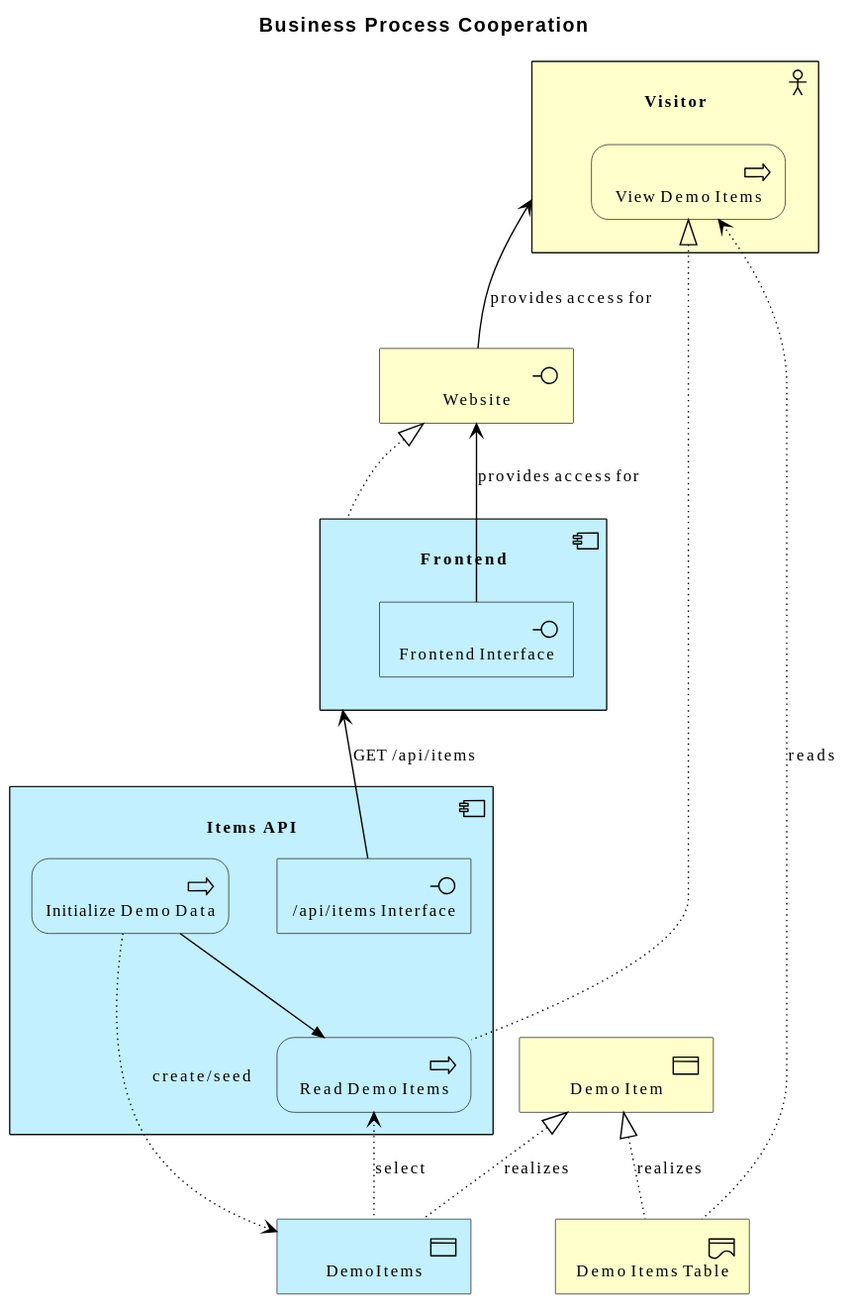
The PlantUML diagram diagrams/business/process-cooperation.svg in wolffy-au/frictionless-sample-azure, before a commit. Source of this version:
```plantuml
@startuml
!include <archimate/Archimate>

scale max 3800 width
title Business Process Cooperation

Application_Component(e_idb9118a54ded651, "Items API") {
  Application_Interface(e_id27cc7f94392754, "/api/items Interface")
  Application_Process(e_id9e4601a2031c58, "Initialize Demo Data")
  Application_Process(e_idf9a91550500455, "Read Demo Items")
}
Application_Component(e_id859316e8097157, "Frontend") {
  Application_Interface(e_idd8a8c6ca248e52, "Frontend Interface")
}
Application_DataObject(e_id032efff5924e5e, "DemoItems")
Business_Actor(e_id40e6f8deb4f45c, "Visitor") {
  Business_Process(e_ida6f500d9395851, "View Demo Items")
}
Business_Interface(e_id66a63993dfde51, "Website")
Business_Object(e_id32456a57134d5f, "Demo Item")
Business_Representation(e_idbd4055139c8656, "Demo Items Table")

Rel_Serving_Up(e_id27cc7f94392754, e_id859316e8097157, "GET /api/items")
Rel_Triggering(e_id9e4601a2031c58, e_idf9a91550500455, "")
Rel_Access_w(e_id9e4601a2031c58, e_id032efff5924e5e, "create/seed")
Rel_Access_r(e_idf9a91550500455, e_id032efff5924e5e, "select")
Rel_Serving_Up(e_id66a63993dfde51, e_id40e6f8deb4f45c, "provides access for")
Rel_Realization_Up(e_id859316e8097157, e_id66a63993dfde51, "")
Rel_Realization_Up(e_idf9a91550500455, e_ida6f500d9395851, "")
Rel_Serving_Up(e_idd8a8c6ca248e52, e_id66a63993dfde51, "provides access for")
Rel_Realization_Up(e_id032efff5924e5e, e_id32456a57134d5f, "realizes")
Rel_Realization_Up(e_idbd4055139c8656, e_id32456a57134d5f, "realizes")
Rel_Access_r(e_ida6f500d9395851, e_idbd4055139c8656, "reads")
@enduml
```
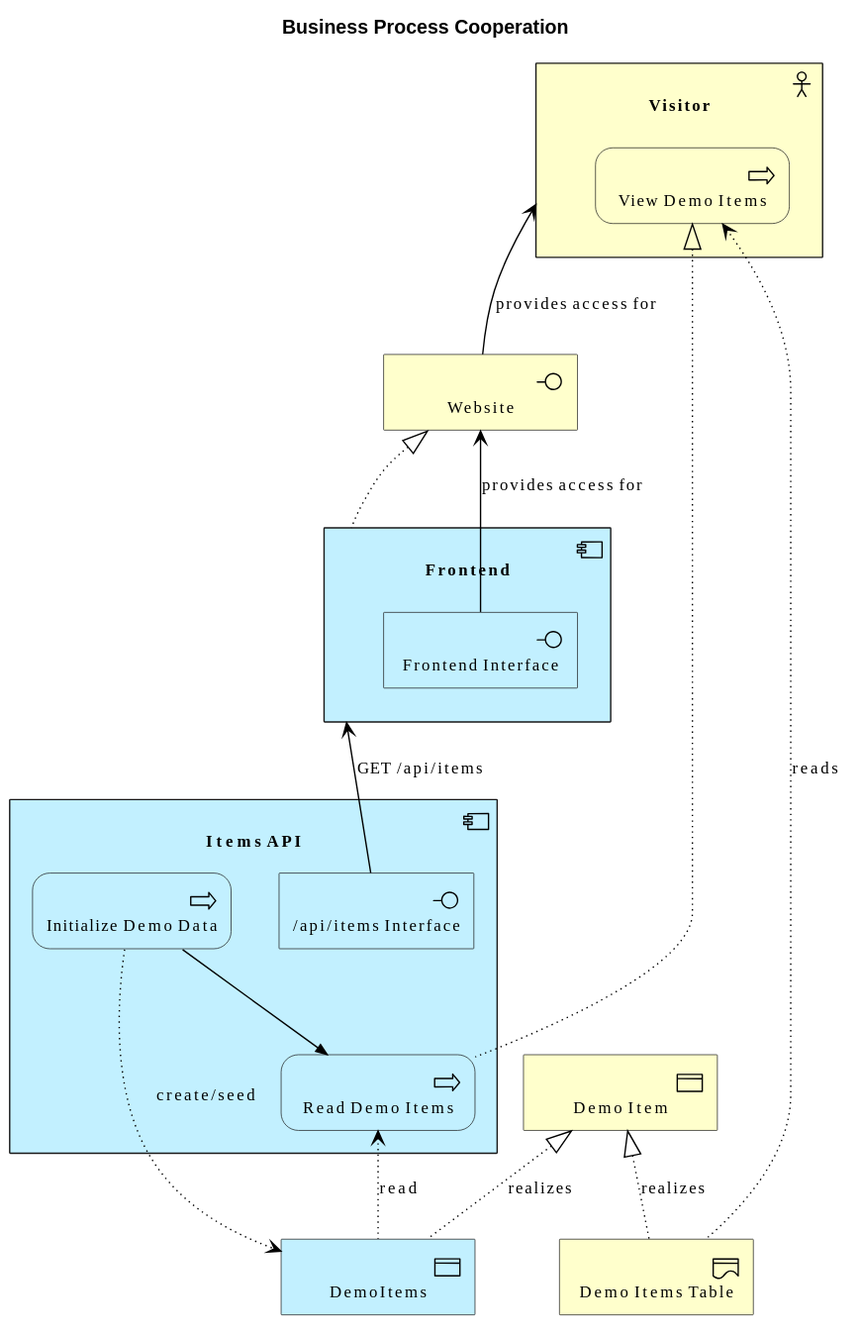
The same diagram one commit later.

Commit message:
refactor(architecture): relabel Read Demo Items access as "read" in sample-azure

What changed in the source:
```diff
@@ -23,7 +23,7 @@
 Rel_Serving_Up(e_id27cc7f94392754, e_id859316e8097157, "GET /api/items")
 Rel_Triggering(e_id9e4601a2031c58, e_idf9a91550500455, "")
 Rel_Access_w(e_id9e4601a2031c58, e_id032efff5924e5e, "create/seed")
-Rel_Access_r(e_idf9a91550500455, e_id032efff5924e5e, "select")
+Rel_Access_r(e_idf9a91550500455, e_id032efff5924e5e, "read")
 Rel_Serving_Up(e_id66a63993dfde51, e_id40e6f8deb4f45c, "provides access for")
 Rel_Realization_Up(e_id859316e8097157, e_id66a63993dfde51, "")
 Rel_Realization_Up(e_idf9a91550500455, e_ida6f500d9395851, "")
```
